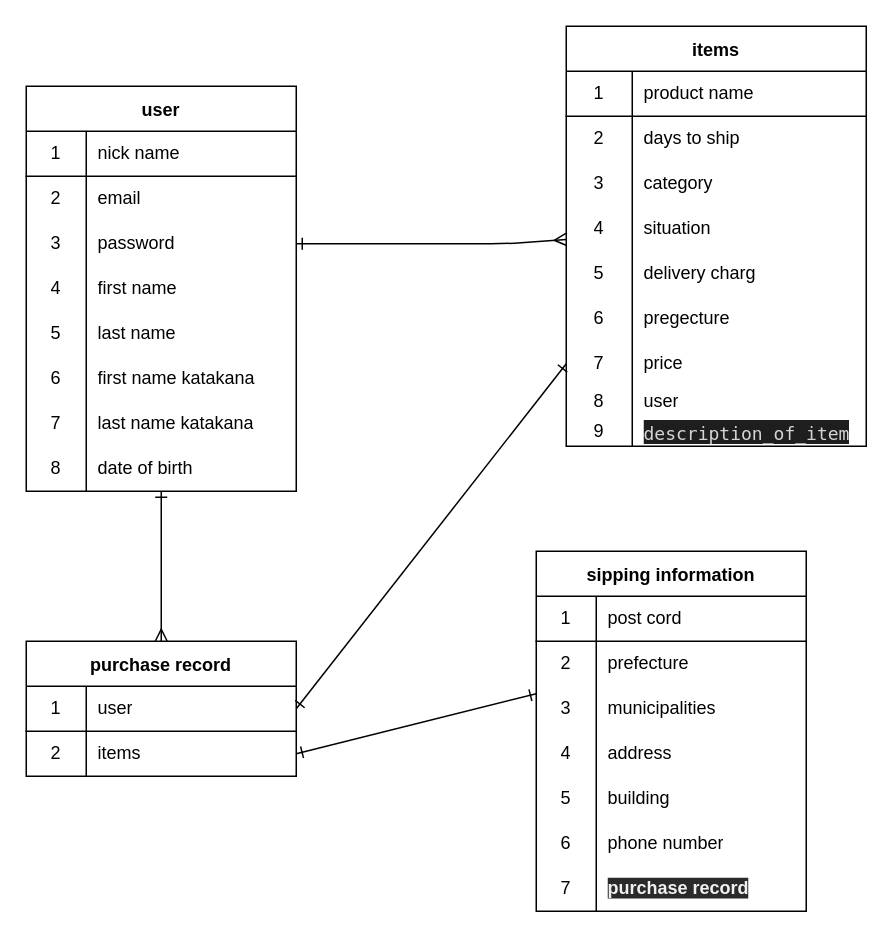
Above: er.dio in nohararyota/furima-37460 (draw.io), before the change. Source tidied: cells renumbered, new cells numbered last; positions are measured from the earlier drawing's top-left corner, leaving out a move shared by most shapes. Both pictures are drawn from the tidied source at 150%, with x=0, y=0 at pixel (26, 26).
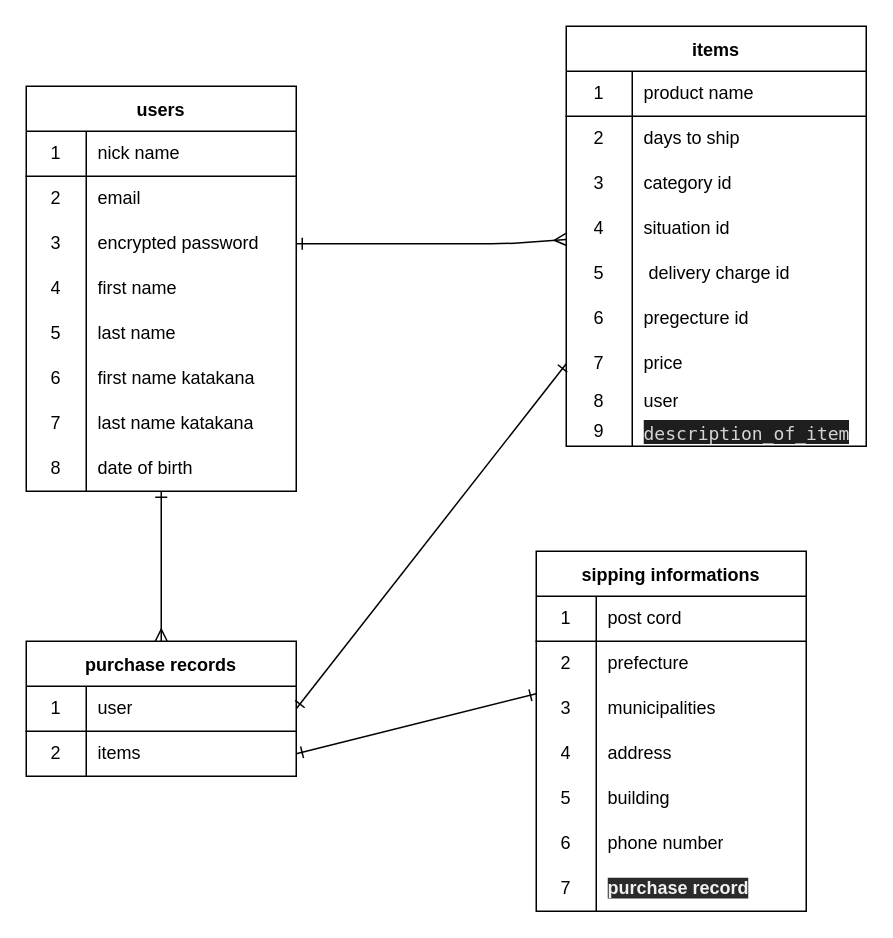
The same page after the edit.

Commit message (it also covers changes not shown here):
データベース修正４

Unchanged cells that the change refers to:
```xml
<mxCell id="9" style="shape=partialRectangle;html=1;whiteSpace=wrap;fillColor=none;top=0;left=0;bottom=0;right=0;points=[[0,0.5],[1,0.5]];portConstraint=eastwest;" parent="2" vertex="1">
  <mxGeometry y="90" width="180" height="30" as="geometry" />
</mxCell>
<mxCell id="34" style="shape=partialRectangle;html=1;whiteSpace=wrap;fillColor=none;top=0;left=0;bottom=0;right=0;" parent="27" vertex="1">
  <mxGeometry y="90" width="200" height="30" as="geometry" />
</mxCell>
<mxCell id="37" style="shape=partialRectangle;html=1;whiteSpace=wrap;fillColor=none;top=0;left=0;bottom=0;right=0;points=[[0,0.5],[1,0.5]];portConstraint=eastwest;" parent="27" vertex="1">
  <mxGeometry y="120" width="200" height="30" as="geometry" />
</mxCell>
<mxCell id="40" style="shape=partialRectangle;html=1;whiteSpace=wrap;fillColor=none;top=0;left=0;bottom=0;right=0;" parent="27" vertex="1">
  <mxGeometry y="150" width="200" height="30" as="geometry" />
</mxCell>
<mxCell id="43" style="shape=partialRectangle;html=1;whiteSpace=wrap;fillColor=none;top=0;left=0;bottom=0;right=0;" parent="27" vertex="1">
  <mxGeometry y="180" width="200" height="30" as="geometry" />
</mxCell>
```

Change to the diagram source:
```diff
@@
-    <mxCell id="2" value="user" style="shape=table;startSize=30;childLayout=tableLayout;rowLines=0;fontStyle=1;align=center;" parent="1" vertex="1">
+    <mxCell id="2" value="users" style="shape=table;startSize=30;childLayout=tableLayout;rowLines=0;fontStyle=1;align=center;" parent="1" vertex="1">
       <mxGeometry y="40" width="180" height="270" as="geometry" />
     </mxCell>
@@
-    <mxCell id="11" value="password" style="shape=partialRectangle;html=1;whiteSpace=wrap;fillColor=none;top=0;left=0;bottom=0;right=0;align=left;spacingLeft=6;overflow=hidden;" parent="9" vertex="1">
+    <mxCell id="11" value="encrypted password" style="shape=partialRectangle;html=1;whiteSpace=wrap;fillColor=none;top=0;left=0;bottom=0;right=0;align=left;spacingLeft=6;overflow=hidden;" parent="9" vertex="1">
       <mxGeometry x="40" width="140" height="30" as="geometry" />
     </mxCell>
@@
-    <mxCell id="36" value="category" style="shape=partialRectangle;html=1;whiteSpace=wrap;fillColor=none;top=0;left=0;bottom=0;right=0;align=left;spacingLeft=6;overflow=hidden;" parent="34" vertex="1">
+    <mxCell id="36" value="category id" style="shape=partialRectangle;html=1;whiteSpace=wrap;fillColor=none;top=0;left=0;bottom=0;right=0;align=left;spacingLeft=6;overflow=hidden;" parent="34" vertex="1">
       <mxGeometry x="44" width="156" height="30" as="geometry" />
     </mxCell>
@@
-    <mxCell id="39" value="situation" style="shape=partialRectangle;html=1;whiteSpace=wrap;fillColor=none;top=0;left=0;bottom=0;right=0;align=left;spacingLeft=6;overflow=hidden;" parent="37" vertex="1">
+    <mxCell id="39" value="situation id" style="shape=partialRectangle;html=1;whiteSpace=wrap;fillColor=none;top=0;left=0;bottom=0;right=0;align=left;spacingLeft=6;overflow=hidden;" parent="37" vertex="1">
       <mxGeometry x="44" width="156" height="30" as="geometry" />
     </mxCell>
@@
-    <mxCell id="42" value="delivery charg" style="shape=partialRectangle;html=1;whiteSpace=wrap;fillColor=none;top=0;left=0;bottom=0;right=0;align=left;spacingLeft=6;overflow=hidden;" parent="40" vertex="1">
+    <mxCell id="42" value="&amp;nbsp;delivery charge id" style="shape=partialRectangle;html=1;whiteSpace=wrap;fillColor=none;top=0;left=0;bottom=0;right=0;align=left;spacingLeft=6;overflow=hidden;" parent="40" vertex="1">
       <mxGeometry x="44" width="156" height="30" as="geometry" />
     </mxCell>
@@
-    <mxCell id="45" value="pregecture" style="shape=partialRectangle;html=1;whiteSpace=wrap;fillColor=none;top=0;left=0;bottom=0;right=0;align=left;spacingLeft=6;overflow=hidden;" parent="43" vertex="1">
+    <mxCell id="45" value="pregecture id" style="shape=partialRectangle;html=1;whiteSpace=wrap;fillColor=none;top=0;left=0;bottom=0;right=0;align=left;spacingLeft=6;overflow=hidden;" parent="43" vertex="1">
       <mxGeometry x="44" width="156" height="30" as="geometry" />
     </mxCell>
@@
-    <mxCell id="56" value="purchase record" style="shape=table;startSize=30;childLayout=tableLayout;rowLines=0;fontStyle=1;align=center;" parent="1" vertex="1">
+    <mxCell id="56" value="purchase records" style="shape=table;startSize=30;childLayout=tableLayout;rowLines=0;fontStyle=1;align=center;" parent="1" vertex="1">
       <mxGeometry y="410" width="180" height="90" as="geometry" />
     </mxCell>
@@
-    <mxCell id="63" value="sipping information" style="shape=table;startSize=30;childLayout=tableLayout;rowLines=0;fontStyle=1;align=center;" parent="1" vertex="1">
+    <mxCell id="63" value="sipping informations" style="shape=table;startSize=30;childLayout=tableLayout;rowLines=0;fontStyle=1;align=center;" parent="1" vertex="1">
       <mxGeometry x="340" y="350" width="180" height="240" as="geometry" />
     </mxCell>
```
